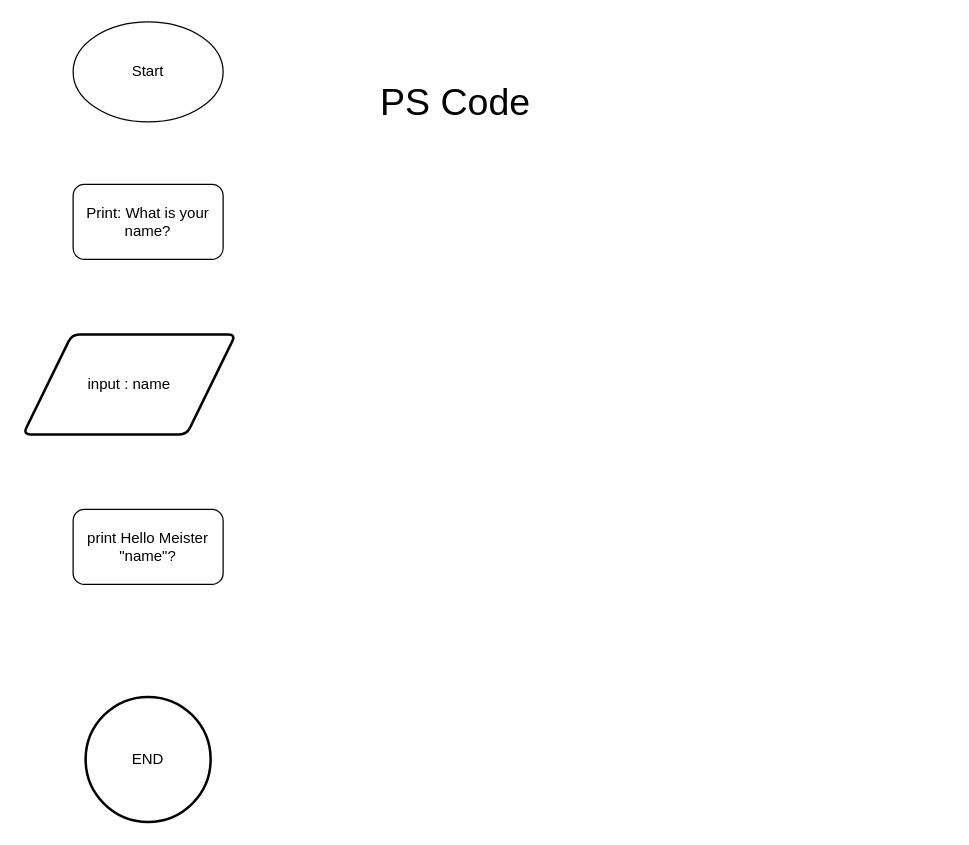
MarcelSto/Python keeps this draw.io diagram as docs/day3/Hello Master.drawio. Above is the earlier version. Source tidied: cells renumbered, new cells numbered last; positions are measured from the earlier drawing's top-left corner, leaving out a move shared by most shapes. Both pictures are drawn from the tidied source at 125%, with x=0, y=0 at pixel (22, 21).
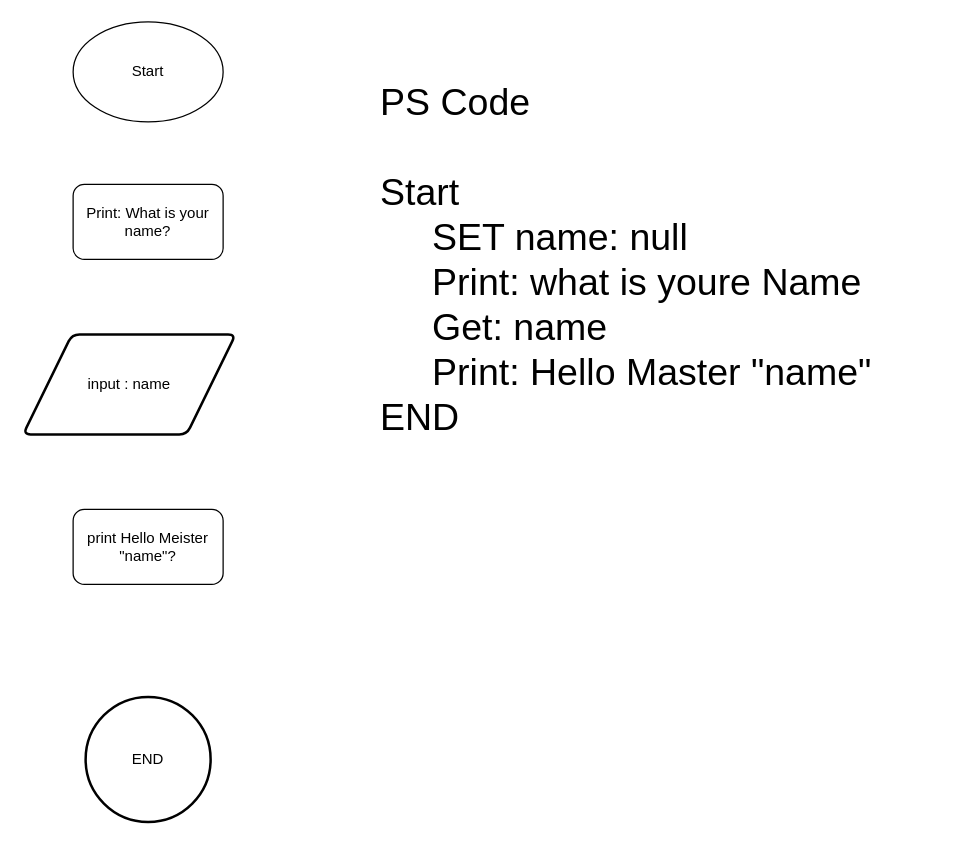
Above is the later version.

Change to the diagram source:
```diff
@@
 <mxGraphModel>
   <root>
     <mxCell id="0" />
     <mxCell id="1" parent="0" />
     <mxCell id="2" value="Start" style="ellipse;whiteSpace=wrap;html=1;" parent="1" vertex="1">
       <mxGeometry x="40" width="120" height="80" as="geometry" />
     </mxCell>
     <mxCell id="3" value="Print: What is your name?" style="rounded=1;whiteSpace=wrap;html=1;" parent="1" vertex="1">
       <mxGeometry x="40" y="130" width="120" height="60" as="geometry" />
     </mxCell>
     <mxCell id="4" value="input : name" style="shape=parallelogram;html=1;strokeWidth=2;perimeter=parallelogramPerimeter;whiteSpace=wrap;rounded=1;arcSize=12;size=0.23;" parent="1" vertex="1">
       <mxGeometry y="250" width="170" height="80" as="geometry" />
     </mxCell>
     <mxCell id="5" value="print Hello Meister &quot;name&quot;?" style="rounded=1;whiteSpace=wrap;html=1;" parent="1" vertex="1">
       <mxGeometry x="40" y="390" width="120" height="60" as="geometry" />
     </mxCell>
     <mxCell id="6" value="END" style="strokeWidth=2;html=1;shape=mxgraph.flowchart.start_2;whiteSpace=wrap;" parent="1" vertex="1">
       <mxGeometry x="50" y="540" width="100" height="100" as="geometry" />
     </mxCell>
-    <mxCell id="7" value="&lt;font style=&quot;font-size: 30px;&quot;&gt;PS Code&lt;/font&gt;&lt;div&gt;&lt;font style=&quot;font-size: 30px;&quot;&gt;&lt;br&gt;&lt;/font&gt;&lt;/div&gt;&lt;div&gt;&lt;br&gt;&lt;/div&gt;" style="text;html=1;align=left;verticalAlign=top;whiteSpace=wrap;rounded=0;" parent="1" vertex="1">
+    <mxCell id="7" value="&lt;font style=&quot;font-size: 30px;&quot;&gt;PS Code&lt;/font&gt;&lt;div&gt;&lt;span style=&quot;font-size: 30px;&quot;&gt;&lt;br&gt;&lt;/span&gt;&lt;/div&gt;&lt;div&gt;&lt;span style=&quot;font-size: 30px;&quot;&gt;Start&lt;/span&gt;&lt;/div&gt;&lt;div&gt;&lt;span style=&quot;font-size: 30px;&quot;&gt;&amp;nbsp; &amp;nbsp; &amp;nbsp;SET name: null&lt;/span&gt;&lt;/div&gt;&lt;div&gt;&lt;span style=&quot;font-size: 30px;&quot;&gt;&amp;nbsp; &amp;nbsp; &amp;nbsp;Print: what is youre Name&lt;/span&gt;&lt;/div&gt;&lt;div&gt;&lt;span style=&quot;font-size: 30px;&quot;&gt;&amp;nbsp; &amp;nbsp; &amp;nbsp;Get: name&lt;/span&gt;&lt;/div&gt;&lt;div&gt;&lt;span style=&quot;font-size: 30px;&quot;&gt;&amp;nbsp; &amp;nbsp; &amp;nbsp;Print: Hello Master &quot;name&quot;&lt;/span&gt;&lt;/div&gt;&lt;div&gt;&lt;span style=&quot;font-size: 30px;&quot;&gt;END&amp;nbsp;&lt;/span&gt;&lt;/div&gt;&lt;div&gt;&lt;span style=&quot;font-size: 30px;&quot;&gt;&lt;br&gt;&lt;/span&gt;&lt;div&gt;&lt;font style=&quot;font-size: 30px;&quot;&gt;&lt;br&gt;&lt;/font&gt;&lt;/div&gt;&lt;div&gt;&lt;br&gt;&lt;/div&gt;&lt;/div&gt;" style="text;html=1;align=left;verticalAlign=top;whiteSpace=wrap;rounded=0;" parent="1" vertex="1">
       <mxGeometry x="284" y="40" width="456" height="420" as="geometry" />
     </mxCell>
   </root>
 </mxGraphModel>
```
